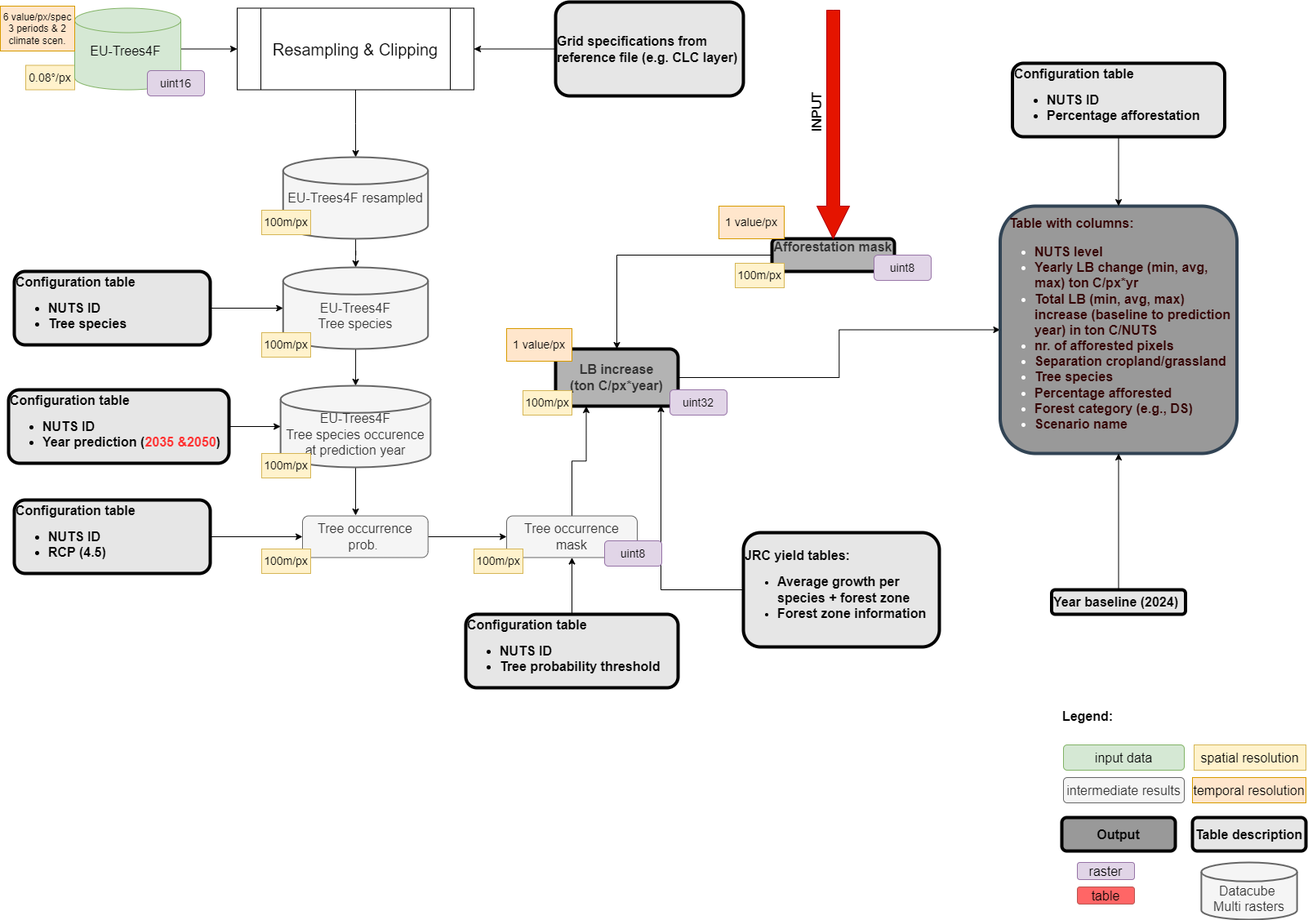
eea/ETC-LULUCF keeps this draw.io diagram as flowcharts/Afforestation_LB_update_dashboard.png. Above is the earlier version. Source tidied: cells renumbered, new cells last; positions are measured from the earlier drawing's top-left corner, leaving out a move shared by most shapes.
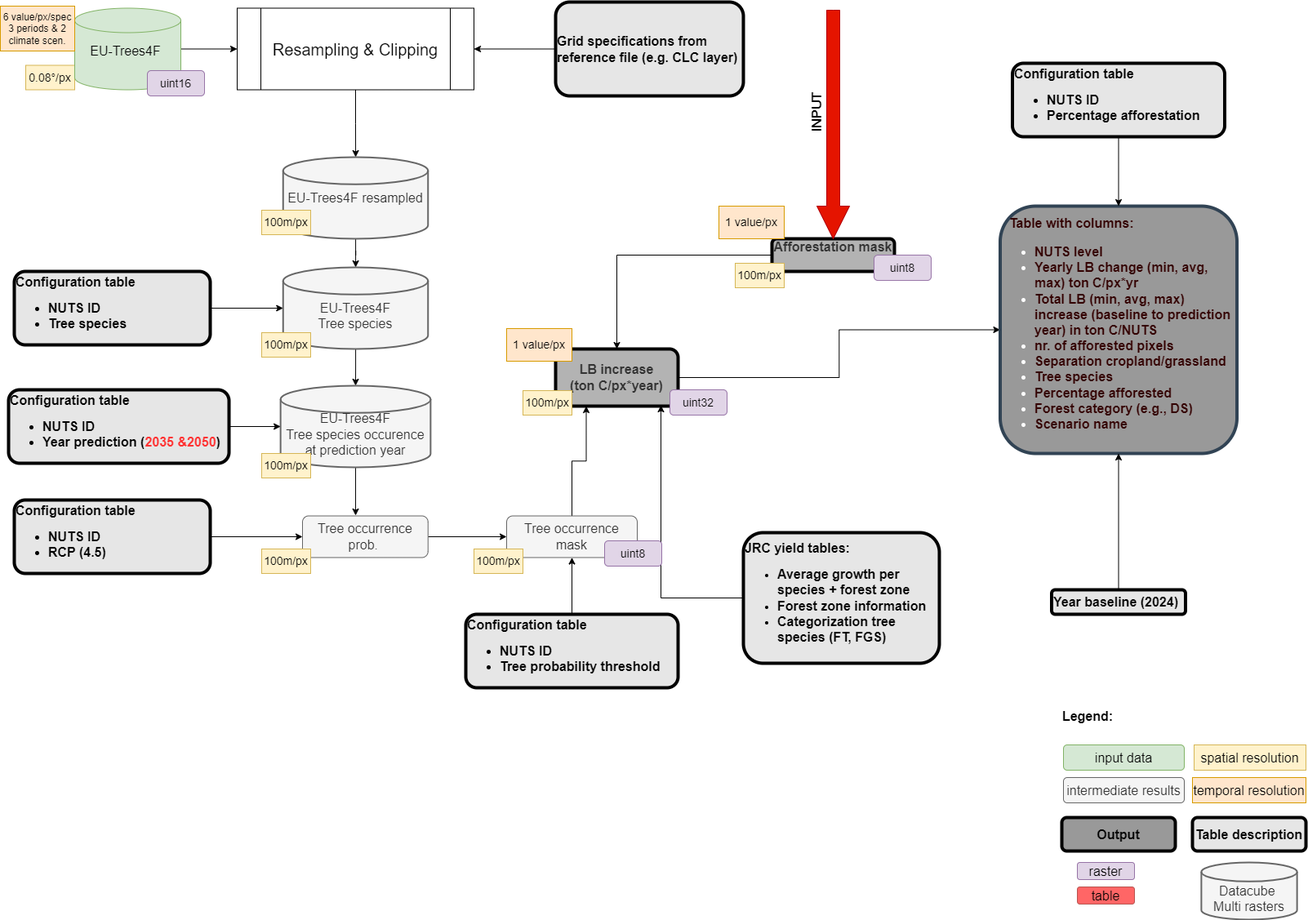
Above is the later version.

Commit message:
Add also info on forest type

The edit, as a diff of the source:
```diff
@@ -83,8 +83,8 @@
     <mxCell id="28" style="edgeStyle=orthogonalEdgeStyle;rounded=0;jettySize=auto;html=1;entryX=0.86;entryY=0.986;entryDx=0;entryDy=0;entryPerimeter=0;" parent="1" edge="1" source="29" target="49">
       <mxGeometry relative="1" as="geometry" />
     </mxCell>
-    <mxCell id="29" value="&lt;div&gt;&lt;span style=&quot;font-size: 16px;&quot;&gt;&lt;b&gt;JRC yield tables:&lt;/b&gt;&lt;/span&gt;&lt;/div&gt;&lt;div&gt;&lt;ul&gt;&lt;li&gt;&lt;span style=&quot;font-size: 16px;&quot;&gt;&lt;b&gt;Average growth per species + forest zone&lt;/b&gt;&lt;/span&gt;&lt;/li&gt;&lt;li&gt;&lt;span style=&quot;font-size: 16px;&quot;&gt;&lt;b&gt;Forest zone information&amp;nbsp;&lt;/b&gt;&lt;/span&gt;&lt;/li&gt;&lt;/ul&gt;&lt;/div&gt;" style="text;html=1;align=left;verticalAlign=middle;whiteSpace=wrap;rounded=1;strokeColor=default;strokeWidth=4;fillColor=#E6E6E6;fontColor=#000000;fontSize=13;" parent="1" vertex="1">
-      <mxGeometry x="910" y="650" width="240" height="140" as="geometry" />
+    <mxCell id="29" value="&lt;div&gt;&lt;span style=&quot;font-size: 16px;&quot;&gt;&lt;b&gt;JRC yield tables:&lt;/b&gt;&lt;/span&gt;&lt;/div&gt;&lt;div&gt;&lt;ul&gt;&lt;li&gt;&lt;span style=&quot;font-size: 16px;&quot;&gt;&lt;b&gt;Average growth per species + forest zone&lt;/b&gt;&lt;/span&gt;&lt;/li&gt;&lt;li&gt;&lt;span style=&quot;font-size: 16px;&quot;&gt;&lt;b&gt;Forest zone information&amp;nbsp;&lt;/b&gt;&lt;/span&gt;&lt;/li&gt;&lt;li&gt;&lt;span style=&quot;font-size: 16px;&quot;&gt;&lt;b&gt;Categorization tree species (FT, FGS)&lt;/b&gt;&lt;/span&gt;&lt;/li&gt;&lt;/ul&gt;&lt;/div&gt;" style="text;html=1;align=left;verticalAlign=middle;whiteSpace=wrap;rounded=1;strokeColor=default;strokeWidth=4;fillColor=#E6E6E6;fontColor=#000000;fontSize=13;" parent="1" vertex="1">
+      <mxGeometry x="910" y="650" width="240" height="160" as="geometry" />
     </mxCell>
     <mxCell id="30" style="edgeStyle=orthogonalEdgeStyle;rounded=0;jettySize=auto;html=1;entryX=0;entryY=0.5;entryDx=0;entryDy=0;entryPerimeter=0;" parent="1" edge="1" source="31" target="33">
       <mxGeometry relative="1" as="geometry" />
```
